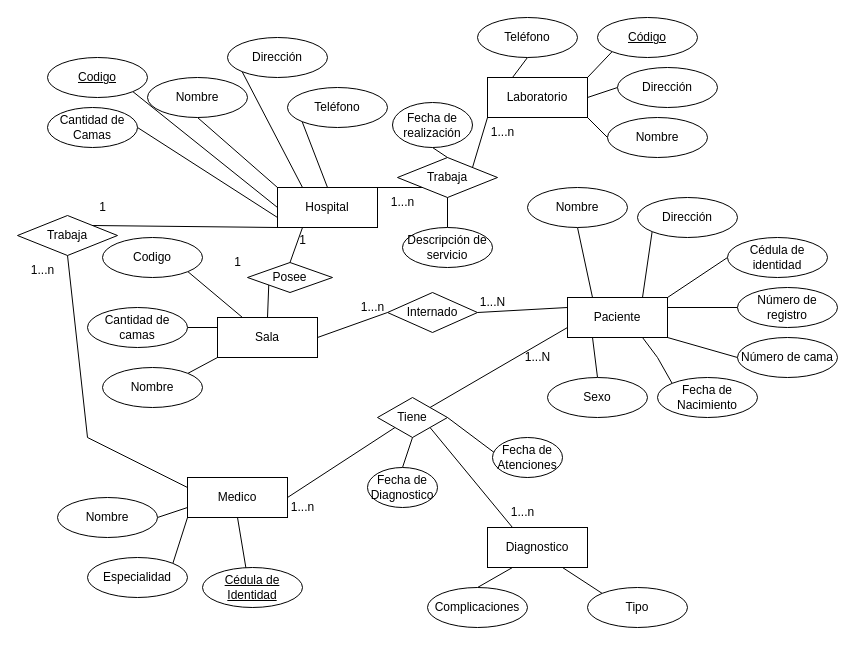
madevianaGH/BDI keeps this draw.io diagram as Eje1G2MER.drawio. Above is the earlier version. Source tidied: cells renumbered, new cells numbered last; positions are measured from the earlier drawing's top-left corner, leaving out a move shared by most shapes. Both pictures are drawn from the tidied source at 100%, with x=0, y=0 at pixel (17, 17).
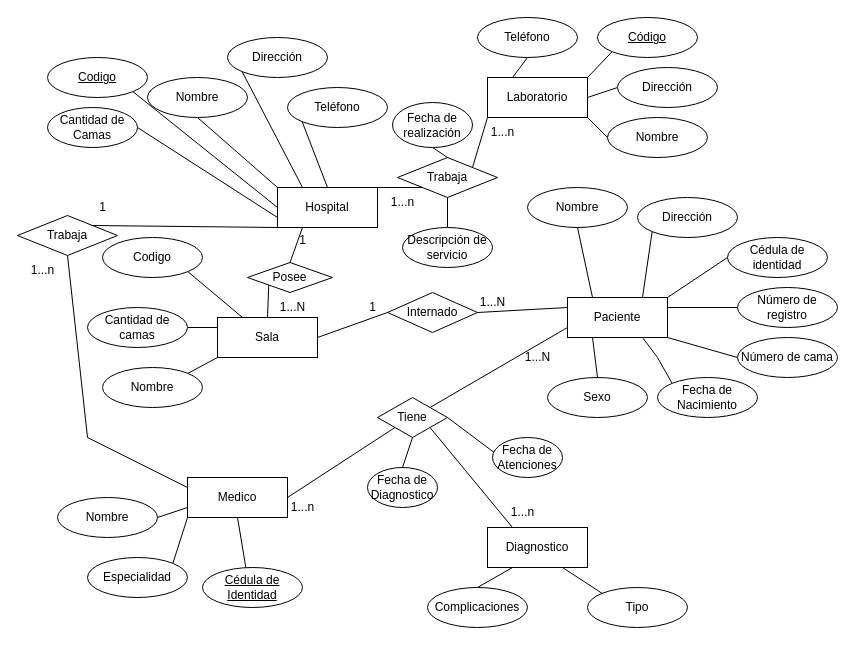
The same page after the edit.

The edit, as a diff of the source:
```diff
@@
-    <mxCell id="62" value="1...n" style="text;html=1;align=center;verticalAlign=middle;strokeColor=none;fillColor=none;" parent="1" vertex="1">
-      <mxGeometry x="330" y="275" width="50" height="30" as="geometry" />
+    <mxCell id="62" value="1" style="text;html=1;align=center;verticalAlign=middle;strokeColor=none;fillColor=none;" parent="1" vertex="1">
+      <mxGeometry x="340" y="275" width="30" height="30" as="geometry" />
     </mxCell>
@@
-    <mxCell id="90" value="1" style="text;html=1;align=center;verticalAlign=middle;strokeColor=none;fillColor=none;" parent="1" vertex="1">
-      <mxGeometry x="205" y="230" width="30" height="30" as="geometry" />
+    <mxCell id="90" value="1...N" style="text;html=1;align=center;verticalAlign=middle;strokeColor=none;fillColor=none;" parent="1" vertex="1">
+      <mxGeometry x="250" y="275" width="50" height="30" as="geometry" />
     </mxCell>
```
